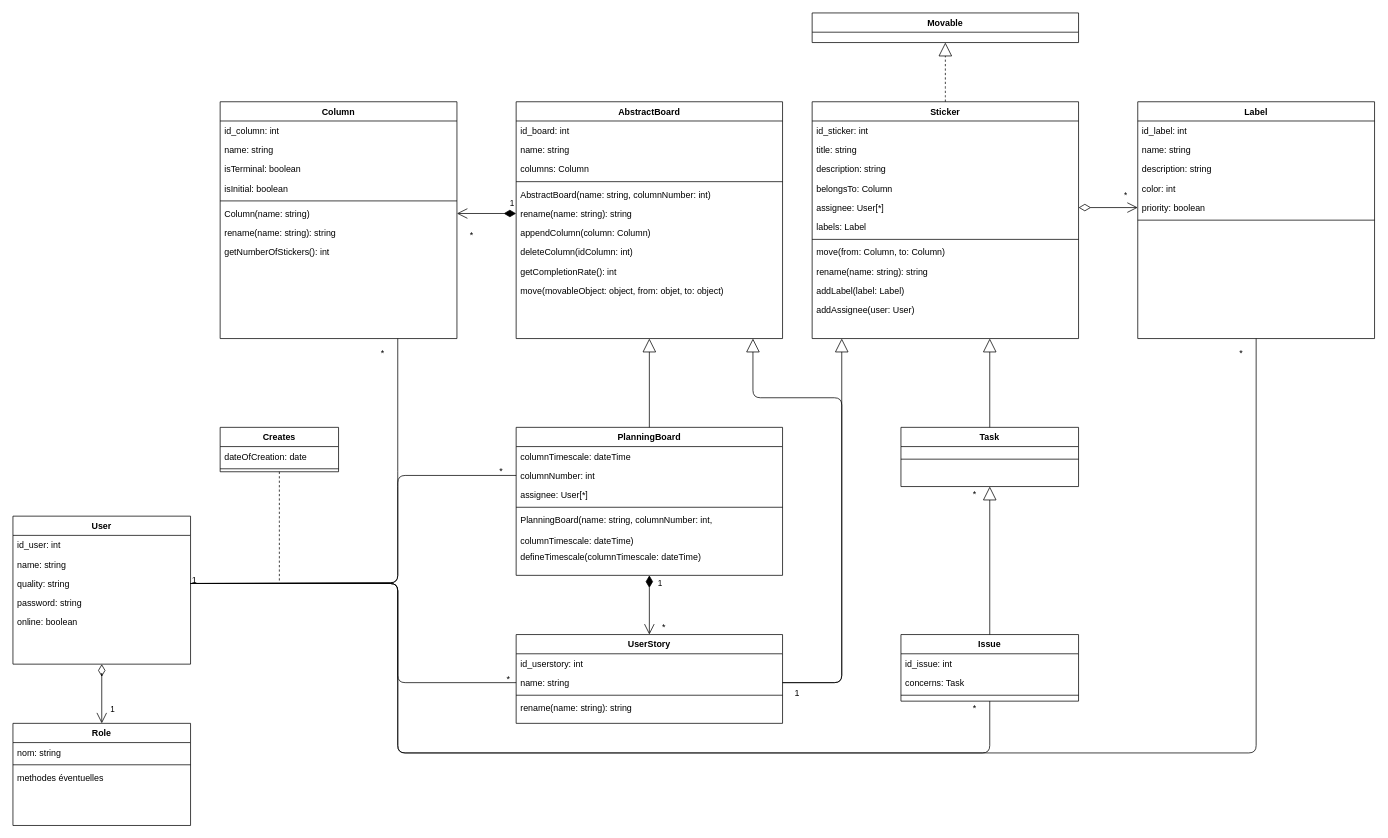
RedaPengam/Boardy keeps this draw.io diagram as Diagrams/Class Diagram.drawio. Above is the earlier version. Source tidied: cells renumbered, new cells numbered last; positions are measured from the earlier drawing's top-left corner, leaving out a move shared by most shapes. Both pictures are drawn from the tidied source at 74%, with x=0, y=0 at pixel (13, 13).
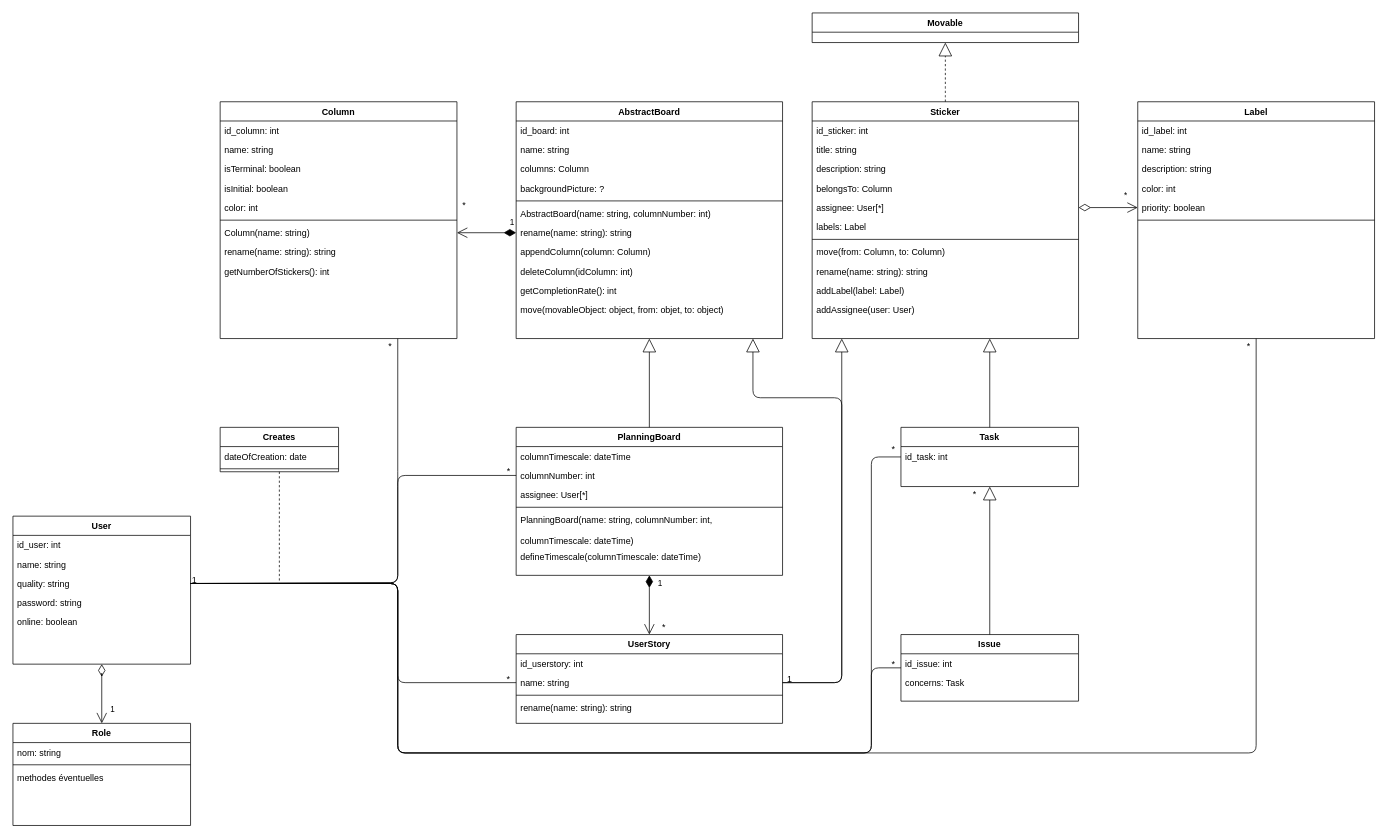
The same diagram, later.

The change refers to these unchanged cells:
```xml
<mxCell id="5" value="quality: string" style="text;align=left;verticalAlign=top;spacingLeft=4;spacingRight=4;overflow=hidden;points=[[0,0.5],[1,0.5]];portConstraint=eastwest;rounded=0;shadow=0;html=0;" parent="2" vertex="1">
  <mxGeometry y="78" width="240" height="26" as="geometry" />
</mxCell>
<mxCell id="8" value="AbstractBoard" style="swimlane;fontStyle=1;align=center;verticalAlign=top;horizontal=1;startSize=26;rounded=0;shadow=0;strokeWidth=1;" parent="1" vertex="1">
  <mxGeometry x="680" y="120" width="360" height="320" as="geometry" />
</mxCell>
<mxCell id="45" value="Issue" style="swimlane;fontStyle=1;align=center;verticalAlign=top;horizontal=1;startSize=26;rounded=0;shadow=0;strokeWidth=1;" parent="1" vertex="1">
  <mxGeometry x="1200" y="840" width="240" height="90" as="geometry" />
</mxCell>
<mxCell id="62" value="Column" style="swimlane;fontStyle=1;align=center;verticalAlign=top;horizontal=1;startSize=26;rounded=0;shadow=0;strokeWidth=1;" parent="1" vertex="1">
  <mxGeometry x="280" y="120" width="320" height="320" as="geometry" />
</mxCell>
<mxCell id="82" value="Task" style="swimlane;fontStyle=1;align=center;verticalAlign=top;horizontal=1;startSize=26;rounded=0;shadow=0;strokeWidth=1;" parent="1" vertex="1">
  <mxGeometry x="1200" y="560" width="240" height="80" as="geometry" />
</mxCell>
```

What changed in the source:
```diff
@@
+    <mxCell id="99" value="backgroundPicture: ?" style="text;align=left;verticalAlign=top;spacingLeft=4;spacingRight=4;overflow=hidden;rounded=0;shadow=0;html=0;" parent="8" vertex="1">
+      <mxGeometry y="104" width="360" height="26" as="geometry" />
+    </mxCell>
     <mxCell id="12" style="line;html=1;strokeWidth=1;align=left;verticalAlign=middle;spacingTop=-1;spacingLeft=3;spacingRight=3;labelPosition=right;" parent="8" vertex="1">
-      <mxGeometry y="104" width="360" height="8" as="geometry" />
+      <mxGeometry y="130" width="360" height="8" as="geometry" />
     </mxCell>
     <mxCell id="13" value="AbstractBoard(name: string, columnNumber: int)" style="text;align=left;verticalAlign=top;spacingLeft=4;spacingRight=4;overflow=hidden;" parent="8" vertex="1">
-      <mxGeometry y="112" width="360" height="26" as="geometry" />
+      <mxGeometry y="138" width="360" height="26" as="geometry" />
     </mxCell>
     <mxCell id="14" value="rename(name: string): string" style="text;align=left;verticalAlign=top;spacingLeft=4;spacingRight=4;overflow=hidden;points=[[0,0.5],[1,0.5]];portConstraint=eastwest;" parent="8" vertex="1">
-      <mxGeometry y="138" width="360" height="26" as="geometry" />
+      <mxGeometry y="164" width="360" height="26" as="geometry" />
     </mxCell>
     <mxCell id="15" value="appendColumn(column: Column)" style="text;align=left;verticalAlign=top;spacingLeft=4;spacingRight=4;overflow=hidden;" parent="8" vertex="1">
-      <mxGeometry y="164" width="360" height="26" as="geometry" />
+      <mxGeometry y="190" width="360" height="26" as="geometry" />
     </mxCell>
     <mxCell id="16" value="deleteColumn(idColumn: int)" style="text;align=left;verticalAlign=top;spacingLeft=4;spacingRight=4;overflow=hidden;" parent="8" vertex="1">
-      <mxGeometry y="190" width="360" height="26" as="geometry" />
+      <mxGeometry y="216" width="360" height="26" as="geometry" />
     </mxCell>
     <mxCell id="17" value="getCompletionRate(): int" style="text;align=left;verticalAlign=top;spacingLeft=4;spacingRight=4;overflow=hidden;rounded=0;shadow=0;html=0;" parent="8" vertex="1">
-      <mxGeometry y="216" width="360" height="26" as="geometry" />
+      <mxGeometry y="242" width="360" height="26" as="geometry" />
     </mxCell>
     <mxCell id="18" value="move(movableObject: object, from: objet, to: object)" style="text;align=left;verticalAlign=top;spacingLeft=4;spacingRight=4;overflow=hidden;" parent="8" vertex="1">
-      <mxGeometry y="242" width="360" height="26" as="geometry" />
+      <mxGeometry y="268" width="360" height="26" as="geometry" />
     </mxCell>
@@
-    <mxCell id="48" style="line;html=1;strokeWidth=1;align=left;verticalAlign=middle;spacingTop=-1;spacingLeft=3;spacingRight=3;labelPosition=right;" parent="45" vertex="1">
-      <mxGeometry y="78" width="240" height="8" as="geometry" />
-    </mxCell>
     <mxCell id="49" value="1" style="text;html=1;strokeColor=none;fillColor=none;align=center;verticalAlign=middle;whiteSpace=wrap;rounded=0;" parent="1" vertex="1">
-      <mxGeometry x="1040" y="910" width="40" height="20" as="geometry" />
+      <mxGeometry x="1030" y="890" width="40" height="20" as="geometry" />
     </mxCell>
@@
+    <mxCell id="100" value="color: int" style="text;align=left;verticalAlign=top;spacingLeft=4;spacingRight=4;overflow=hidden;rounded=0;shadow=0;html=0;" parent="62" vertex="1">
+      <mxGeometry y="130" width="320" height="26" as="geometry" />
+    </mxCell>
     <mxCell id="67" style="line;html=1;strokeWidth=1;align=left;verticalAlign=middle;spacingTop=-1;spacingLeft=3;spacingRight=3;labelPosition=right;" parent="62" vertex="1">
-      <mxGeometry y="130" width="320" height="8" as="geometry" />
+      <mxGeometry y="156" width="320" height="8" as="geometry" />
     </mxCell>
     <mxCell id="68" value="Column(name: string)" style="text;align=left;verticalAlign=top;spacingLeft=4;spacingRight=4;overflow=hidden;points=[[0,0.5],[1,0.5]];portConstraint=eastwest;" parent="62" vertex="1">
-      <mxGeometry y="138" width="320" height="26" as="geometry" />
+      <mxGeometry y="164" width="320" height="26" as="geometry" />
     </mxCell>
     <mxCell id="69" value="rename(name: string): string" style="text;align=left;verticalAlign=top;spacingLeft=4;spacingRight=4;overflow=hidden;" parent="62" vertex="1">
-      <mxGeometry y="164" width="320" height="26" as="geometry" />
+      <mxGeometry y="190" width="320" height="26" as="geometry" />
     </mxCell>
     <mxCell id="70" value="getNumberOfStickers(): int" style="text;align=left;verticalAlign=top;spacingLeft=4;spacingRight=4;overflow=hidden;rounded=0;shadow=0;html=0;" parent="62" vertex="1">
-      <mxGeometry y="190" width="320" height="26" as="geometry" />
+      <mxGeometry y="216" width="320" height="26" as="geometry" />
     </mxCell>
@@
-    <mxCell id="83" style="line;html=1;strokeWidth=1;align=left;verticalAlign=middle;spacingTop=-1;spacingLeft=3;spacingRight=3;labelPosition=right;" parent="82" vertex="1">
-      <mxGeometry y="26" width="240" height="34" as="geometry" />
-    </mxCell>
+    <mxCell id="101" value="id_task: int" style="text;align=left;verticalAlign=top;spacingLeft=4;spacingRight=4;overflow=hidden;rounded=0;shadow=0;html=0;" parent="82" vertex="1">
+      <mxGeometry y="26" width="240" height="26" as="geometry" />
+    </mxCell>
@@
     <mxCell id="88" value="*" style="text;html=1;strokeColor=none;fillColor=none;align=center;verticalAlign=middle;whiteSpace=wrap;rounded=0;" parent="1" vertex="1">
-      <mxGeometry x="600" y="290" width="40" height="20" as="geometry" />
+      <mxGeometry x="590" y="250" width="40" height="20" as="geometry" />
     </mxCell>
@@
-    <mxCell id="91" style="endArrow=none;html=1;entryX=0.5;entryY=1;entryDx=0;entryDy=0;exitX=1;exitY=0.5;exitDx=0;exitDy=0;" parent="1" edge="1" source="5" target="45">
+    <mxCell id="91" style="endArrow=none;html=1;exitX=1;exitY=0.5;exitDx=0;exitDy=0;entryX=0;entryY=0.5;entryDx=0;entryDy=0;" parent="1" edge="1" source="5" target="45">
       <mxGeometry relative="1" as="geometry">
         <Array as="points">
           <mxPoint x="520" y="771" />
           <mxPoint x="520" y="1000" />
-          <mxPoint x="1320" y="1000" />
+          <mxPoint x="1160" y="1000" />
+          <mxPoint x="1160" y="885" />
         </Array>
       </mxGeometry>
     </mxCell>
@@
     <mxCell id="93" value="*" style="text;html=1;strokeColor=none;fillColor=none;align=center;verticalAlign=middle;whiteSpace=wrap;rounded=0;" parent="1" vertex="1">
-      <mxGeometry x="640" y="610" width="40" height="20" as="geometry" />
+      <mxGeometry x="650" y="610" width="40" height="20" as="geometry" />
     </mxCell>
@@
     <mxCell id="95" value="*" style="text;html=1;strokeColor=none;fillColor=none;align=center;verticalAlign=middle;whiteSpace=wrap;rounded=0;" parent="1" vertex="1">
-      <mxGeometry x="1640" y="450" width="40" height="20" as="geometry" />
+      <mxGeometry x="1650" y="440" width="40" height="20" as="geometry" />
     </mxCell>
     <mxCell id="96" value="*" style="text;html=1;strokeColor=none;fillColor=none;align=center;verticalAlign=middle;whiteSpace=wrap;rounded=0;" parent="1" vertex="1">
-      <mxGeometry x="480" y="450" width="40" height="20" as="geometry" />
+      <mxGeometry x="490" y="440" width="40" height="20" as="geometry" />
     </mxCell>
     <mxCell id="97" value="*" style="text;html=1;strokeColor=none;fillColor=none;align=center;verticalAlign=middle;whiteSpace=wrap;rounded=0;" parent="1" vertex="1">
-      <mxGeometry x="1280" y="930" width="40" height="20" as="geometry" />
+      <mxGeometry x="1170" y="870" width="40" height="20" as="geometry" />
     </mxCell>
@@
+    <mxCell id="102" style="endArrow=none;html=1;exitX=1;exitY=0.5;exitDx=0;exitDy=0;entryX=0;entryY=0.5;entryDx=0;entryDy=0;" parent="1" edge="1" source="5" target="82">
+      <mxGeometry relative="1" as="geometry">
+        <Array as="points">
+          <mxPoint x="520" y="771" />
+          <mxPoint x="520" y="1000" />
+          <mxPoint x="1160" y="1000" />
+          <mxPoint x="1160" y="600" />
+        </Array>
+      </mxGeometry>
+    </mxCell>
+    <mxCell id="103" value="*" style="text;html=1;strokeColor=none;fillColor=none;align=center;verticalAlign=middle;whiteSpace=wrap;rounded=0;" parent="1" vertex="1">
+      <mxGeometry x="1170" y="580" width="40" height="20" as="geometry" />
+    </mxCell>
```
